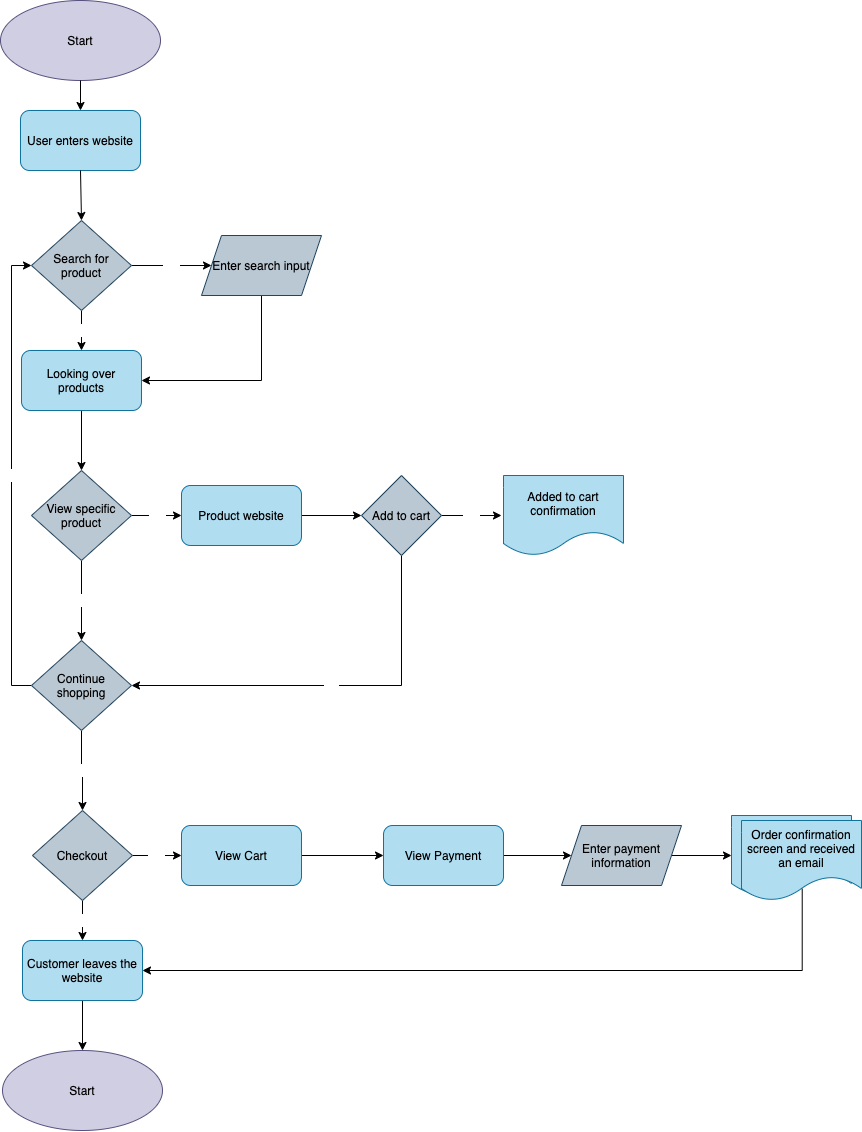
amakhnia/wi21-cse110-lab4 keeps this draw.io diagram as part2/part2.drawio.png. Above is the earlier version. Source tidied: cells renumbered, new cells last; positions are measured from the earlier drawing's top-left corner, leaving out a move shared by most shapes.
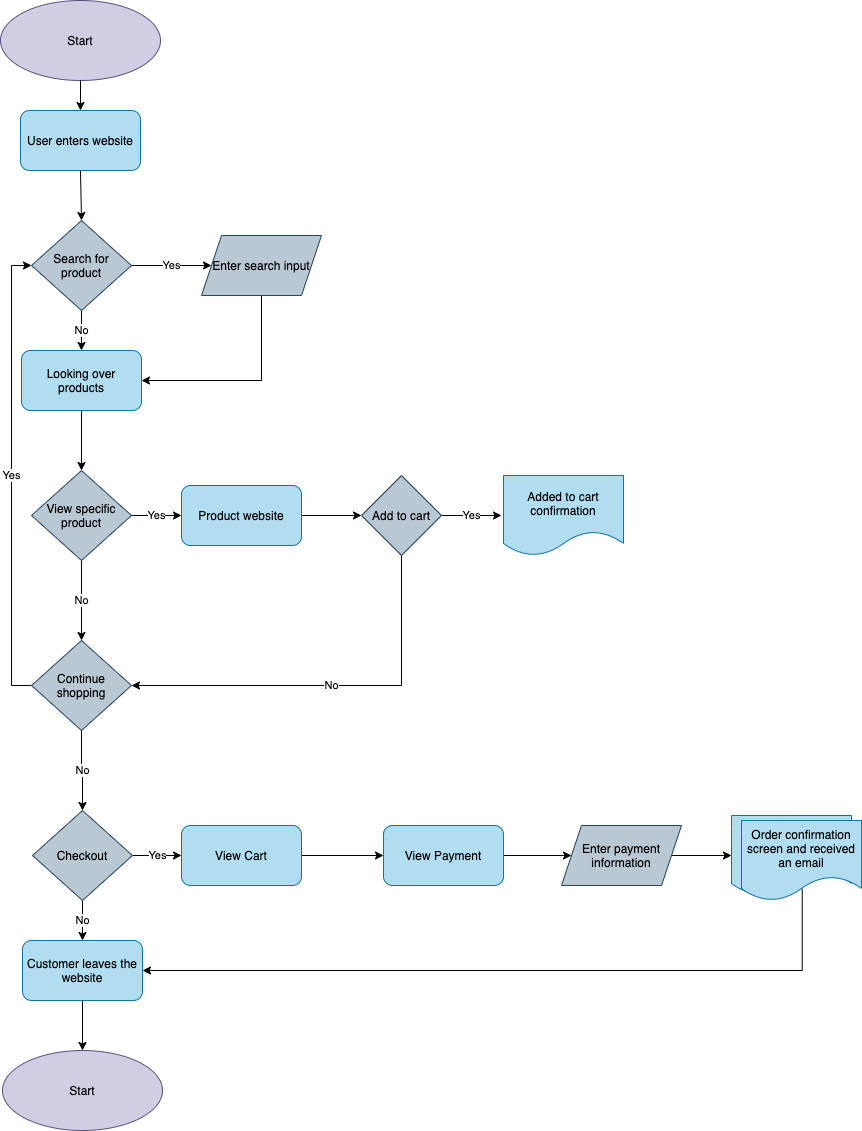
Above is the later version.

Change to the diagram source:
```diff
@@ -2,68 +2,68 @@
   <root>
     <mxCell id="0" />
     <mxCell id="1" parent="0" />
-    <mxCell id="2" value="Start" style="ellipse;whiteSpace=wrap;html=1;fillColor=#d0cee2;strokeColor=#56517e;" parent="1" vertex="1">
+    <mxCell id="2" value="Start" style="ellipse;whiteSpace=wrap;html=1;fillColor=#d0cee2;strokeColor=#56517e;fontColor=#000000;" parent="1" vertex="1">
       <mxGeometry width="160" height="80" as="geometry" />
     </mxCell>
-    <mxCell id="3" style="endArrow=classic;html=1;fontColor=#FFFFFF;exitX=0.5;exitY=1;exitDx=0;exitDy=0;" parent="1" edge="1" source="2" target="4">
+    <mxCell id="3" style="endArrow=classic;html=1;exitX=0.5;exitY=1;exitDx=0;exitDy=0;fontColor=#000000;" parent="1" edge="1" source="2" target="4">
       <mxGeometry relative="1" as="geometry" />
     </mxCell>
-    <mxCell id="4" value="User enters website" style="rounded=1;whiteSpace=wrap;html=1;fillColor=#b1ddf0;strokeColor=#10739e;" parent="1" vertex="1">
+    <mxCell id="4" value="User enters website" style="rounded=1;whiteSpace=wrap;html=1;fillColor=#b1ddf0;strokeColor=#10739e;fontColor=#000000;" parent="1" vertex="1">
       <mxGeometry x="20" y="110" width="120" height="60" as="geometry" />
     </mxCell>
-    <mxCell id="5" value="Yes" style="edgeStyle=orthogonalEdgeStyle;rounded=0;jettySize=auto;html=1;fontColor=#FFFFFF;" parent="1" edge="1" source="7" target="10">
+    <mxCell id="5" value="Yes" style="edgeStyle=orthogonalEdgeStyle;rounded=0;jettySize=auto;html=1;fontColor=#000000;" parent="1" edge="1" source="7" target="10">
       <mxGeometry relative="1" as="geometry" />
     </mxCell>
-    <mxCell id="6" value="No" style="edgeStyle=orthogonalEdgeStyle;rounded=0;jettySize=auto;html=1;fontColor=#FFFFFF;" parent="1" edge="1" source="7" target="12">
+    <mxCell id="6" value="No" style="edgeStyle=orthogonalEdgeStyle;rounded=0;jettySize=auto;html=1;fontColor=#000000;" parent="1" edge="1" source="7" target="12">
       <mxGeometry relative="1" as="geometry" />
     </mxCell>
-    <mxCell id="7" value="Search for product" style="rhombus;whiteSpace=wrap;html=1;fillColor=#bac8d3;strokeColor=#23445d;" parent="1" vertex="1">
+    <mxCell id="7" value="Search for product" style="rhombus;whiteSpace=wrap;html=1;fillColor=#bac8d3;strokeColor=#23445d;fontColor=#000000;" parent="1" vertex="1">
       <mxGeometry x="31" y="220" width="100" height="90" as="geometry" />
     </mxCell>
-    <mxCell id="8" style="endArrow=classic;html=1;fontColor=#FFFFFF;exitX=0.5;exitY=1;exitDx=0;exitDy=0;entryX=0.5;entryY=0;entryDx=0;entryDy=0;" parent="1" edge="1" source="4" target="7">
+    <mxCell id="8" style="endArrow=classic;html=1;exitX=0.5;exitY=1;exitDx=0;exitDy=0;entryX=0.5;entryY=0;entryDx=0;entryDy=0;fontColor=#000000;" parent="1" edge="1" source="4" target="7">
       <mxGeometry relative="1" as="geometry" />
     </mxCell>
-    <mxCell id="9" style="edgeStyle=orthogonalEdgeStyle;rounded=0;jettySize=auto;html=1;exitX=0.5;exitY=1;exitDx=0;exitDy=0;entryX=1;entryY=0.5;entryDx=0;entryDy=0;fontColor=#FFFFFF;" parent="1" edge="1" source="10" target="12">
+    <mxCell id="9" style="edgeStyle=orthogonalEdgeStyle;rounded=0;jettySize=auto;html=1;exitX=0.5;exitY=1;exitDx=0;exitDy=0;entryX=1;entryY=0.5;entryDx=0;entryDy=0;fontColor=#000000;" parent="1" edge="1" source="10" target="12">
       <mxGeometry relative="1" as="geometry" />
     </mxCell>
-    <mxCell id="10" value="Enter search input" style="shape=parallelogram;perimeter=parallelogramPerimeter;whiteSpace=wrap;html=1;fixedSize=1;strokeColor=#23445d;fillColor=#bac8d3;" parent="1" vertex="1">
+    <mxCell id="10" value="Enter search input" style="shape=parallelogram;perimeter=parallelogramPerimeter;whiteSpace=wrap;html=1;fixedSize=1;strokeColor=#23445d;fillColor=#bac8d3;fontColor=#000000;" parent="1" vertex="1">
       <mxGeometry x="201" y="235" width="120" height="60" as="geometry" />
     </mxCell>
-    <mxCell id="11" style="edgeStyle=orthogonalEdgeStyle;rounded=0;jettySize=auto;html=1;fontColor=#FFFFFF;" parent="1" edge="1" source="12">
+    <mxCell id="11" style="edgeStyle=orthogonalEdgeStyle;rounded=0;jettySize=auto;html=1;fontColor=#000000;" parent="1" edge="1" source="12">
       <mxGeometry relative="1" as="geometry">
         <mxPoint x="81" y="470" as="targetPoint" />
       </mxGeometry>
     </mxCell>
-    <mxCell id="12" value="Looking over products" style="rounded=1;whiteSpace=wrap;html=1;fillColor=#b1ddf0;strokeColor=#10739e;" parent="1" vertex="1">
+    <mxCell id="12" value="Looking over products" style="rounded=1;whiteSpace=wrap;html=1;fillColor=#b1ddf0;strokeColor=#10739e;fontColor=#000000;" parent="1" vertex="1">
       <mxGeometry x="21" y="350" width="120" height="60" as="geometry" />
     </mxCell>
-    <mxCell id="13" value="Yes" style="edgeStyle=orthogonalEdgeStyle;rounded=0;jettySize=auto;html=1;exitX=1;exitY=0.5;exitDx=0;exitDy=0;entryX=0;entryY=0.5;entryDx=0;entryDy=0;fontColor=#FFFFFF;" parent="1" edge="1" source="15" target="17">
+    <mxCell id="13" value="Yes" style="edgeStyle=orthogonalEdgeStyle;rounded=0;jettySize=auto;html=1;exitX=1;exitY=0.5;exitDx=0;exitDy=0;entryX=0;entryY=0.5;entryDx=0;entryDy=0;fontColor=#000000;" parent="1" edge="1" source="15" target="17">
       <mxGeometry relative="1" as="geometry" />
     </mxCell>
-    <mxCell id="14" value="No" style="edgeStyle=orthogonalEdgeStyle;rounded=0;jettySize=auto;html=1;fontColor=#FFFFFF;" parent="1" edge="1" source="15" target="23">
+    <mxCell id="14" value="No" style="edgeStyle=orthogonalEdgeStyle;rounded=0;jettySize=auto;html=1;fontColor=#000000;" parent="1" edge="1" source="15" target="23">
       <mxGeometry relative="1" as="geometry" />
     </mxCell>
-    <mxCell id="15" value="View specific product" style="rhombus;whiteSpace=wrap;html=1;fillColor=#bac8d3;strokeColor=#23445d;" parent="1" vertex="1">
+    <mxCell id="15" value="View specific product" style="rhombus;whiteSpace=wrap;html=1;fillColor=#bac8d3;strokeColor=#23445d;fontColor=#000000;" parent="1" vertex="1">
       <mxGeometry x="31" y="470" width="100" height="90" as="geometry" />
     </mxCell>
-    <mxCell id="16" style="edgeStyle=orthogonalEdgeStyle;rounded=0;jettySize=auto;html=1;exitX=1;exitY=0.5;exitDx=0;exitDy=0;entryX=0;entryY=0.5;entryDx=0;entryDy=0;fontColor=#FFFFFF;" parent="1" edge="1" source="17" target="20">
+    <mxCell id="16" style="edgeStyle=orthogonalEdgeStyle;rounded=0;jettySize=auto;html=1;exitX=1;exitY=0.5;exitDx=0;exitDy=0;entryX=0;entryY=0.5;entryDx=0;entryDy=0;fontColor=#000000;" parent="1" edge="1" source="17" target="20">
       <mxGeometry relative="1" as="geometry" />
     </mxCell>
-    <mxCell id="17" value="Product website" style="rounded=1;whiteSpace=wrap;html=1;fillColor=#b1ddf0;strokeColor=#10739e;" parent="1" vertex="1">
+    <mxCell id="17" value="Product website" style="rounded=1;whiteSpace=wrap;html=1;fillColor=#b1ddf0;strokeColor=#10739e;fontColor=#000000;" parent="1" vertex="1">
       <mxGeometry x="181" y="485" width="120" height="60" as="geometry" />
     </mxCell>
-    <mxCell id="18" value="Yes" style="edgeStyle=orthogonalEdgeStyle;rounded=0;jettySize=auto;html=1;exitX=1;exitY=0.5;exitDx=0;exitDy=0;entryX=0;entryY=0.5;entryDx=0;entryDy=0;fontColor=#FFFFFF;" parent="1" edge="1" source="20">
+    <mxCell id="18" value="Yes" style="edgeStyle=orthogonalEdgeStyle;rounded=0;jettySize=auto;html=1;exitX=1;exitY=0.5;exitDx=0;exitDy=0;entryX=0;entryY=0.5;entryDx=0;entryDy=0;fontColor=#000000;" parent="1" edge="1" source="20">
       <mxGeometry relative="1" as="geometry">
         <mxPoint x="501" y="515" as="targetPoint" />
       </mxGeometry>
     </mxCell>
-    <mxCell id="19" value="No" style="edgeStyle=orthogonalEdgeStyle;rounded=0;jettySize=auto;html=1;exitX=0.5;exitY=1;exitDx=0;exitDy=0;entryX=1;entryY=0.5;entryDx=0;entryDy=0;fontColor=#FFFFFF;" parent="1" edge="1" source="20" target="23">
+    <mxCell id="19" value="No" style="edgeStyle=orthogonalEdgeStyle;rounded=0;jettySize=auto;html=1;exitX=0.5;exitY=1;exitDx=0;exitDy=0;entryX=1;entryY=0.5;entryDx=0;entryDy=0;fontColor=#000000;" parent="1" edge="1" source="20" target="23">
       <mxGeometry relative="1" as="geometry" />
     </mxCell>
-    <mxCell id="20" value="Add to cart" style="rhombus;whiteSpace=wrap;html=1;fillColor=#bac8d3;strokeColor=#23445d;" parent="1" vertex="1">
+    <mxCell id="20" value="Add to cart" style="rhombus;whiteSpace=wrap;html=1;fillColor=#bac8d3;strokeColor=#23445d;fontColor=#000000;" parent="1" vertex="1">
       <mxGeometry x="361" y="475" width="80" height="80" as="geometry" />
     </mxCell>
-    <mxCell id="21" value="Yes" style="edgeStyle=orthogonalEdgeStyle;rounded=0;jettySize=auto;html=1;fontColor=#FFFFFF;entryX=0;entryY=0.5;entryDx=0;entryDy=0;" parent="1" edge="1" source="23" target="7">
+    <mxCell id="21" value="Yes" style="edgeStyle=orthogonalEdgeStyle;rounded=0;jettySize=auto;html=1;entryX=0;entryY=0.5;entryDx=0;entryDy=0;fontColor=#000000;" parent="1" edge="1" source="23" target="7">
       <mxGeometry relative="1" as="geometry">
         <Array as="points">
           <mxPoint x="11" y="685" />
@@ -71,62 +71,62 @@
         </Array>
       </mxGeometry>
     </mxCell>
-    <mxCell id="22" value="No" style="edgeStyle=orthogonalEdgeStyle;rounded=0;jettySize=auto;html=1;fontColor=#FFFFFF;" parent="1" edge="1" source="23" target="26">
+    <mxCell id="22" value="No" style="edgeStyle=orthogonalEdgeStyle;rounded=0;jettySize=auto;html=1;fontColor=#000000;" parent="1" edge="1" source="23" target="26">
       <mxGeometry relative="1" as="geometry" />
     </mxCell>
-    <mxCell id="23" value="Continue shopping" style="rhombus;whiteSpace=wrap;html=1;fillColor=#bac8d3;strokeColor=#23445d;" parent="1" vertex="1">
+    <mxCell id="23" value="Continue shopping" style="rhombus;whiteSpace=wrap;html=1;fillColor=#bac8d3;strokeColor=#23445d;fontColor=#000000;" parent="1" vertex="1">
       <mxGeometry x="31" y="640" width="100" height="90" as="geometry" />
     </mxCell>
-    <mxCell id="24" value="No" style="edgeStyle=orthogonalEdgeStyle;rounded=0;jettySize=auto;html=1;exitX=0.5;exitY=1;exitDx=0;exitDy=0;entryX=0.5;entryY=0;entryDx=0;entryDy=0;fontColor=#FFFFFF;" parent="1" edge="1" source="26" target="28">
+    <mxCell id="24" value="No" style="edgeStyle=orthogonalEdgeStyle;rounded=0;jettySize=auto;html=1;exitX=0.5;exitY=1;exitDx=0;exitDy=0;entryX=0.5;entryY=0;entryDx=0;entryDy=0;fontColor=#000000;" parent="1" edge="1" source="26" target="28">
       <mxGeometry relative="1" as="geometry" />
     </mxCell>
-    <mxCell id="25" value="Yes" style="edgeStyle=orthogonalEdgeStyle;rounded=0;jettySize=auto;html=1;exitX=1;exitY=0.5;exitDx=0;exitDy=0;entryX=0;entryY=0.5;entryDx=0;entryDy=0;fontColor=#FFFFFF;" parent="1" edge="1" source="26" target="31">
+    <mxCell id="25" value="Yes" style="edgeStyle=orthogonalEdgeStyle;rounded=0;jettySize=auto;html=1;exitX=1;exitY=0.5;exitDx=0;exitDy=0;entryX=0;entryY=0.5;entryDx=0;entryDy=0;fontColor=#000000;" parent="1" edge="1" source="26" target="31">
       <mxGeometry relative="1" as="geometry" />
     </mxCell>
-    <mxCell id="26" value="Checkout" style="rhombus;whiteSpace=wrap;html=1;fillColor=#bac8d3;strokeColor=#23445d;" parent="1" vertex="1">
+    <mxCell id="26" value="Checkout" style="rhombus;whiteSpace=wrap;html=1;fillColor=#bac8d3;strokeColor=#23445d;fontColor=#000000;" parent="1" vertex="1">
       <mxGeometry x="32" y="810" width="100" height="90" as="geometry" />
     </mxCell>
-    <mxCell id="27" style="edgeStyle=orthogonalEdgeStyle;rounded=0;jettySize=auto;html=1;exitX=0.5;exitY=1;exitDx=0;exitDy=0;entryX=0.5;entryY=0;entryDx=0;entryDy=0;fontColor=#FFFFFF;" parent="1" edge="1" source="28" target="29">
+    <mxCell id="27" style="edgeStyle=orthogonalEdgeStyle;rounded=0;jettySize=auto;html=1;exitX=0.5;exitY=1;exitDx=0;exitDy=0;entryX=0.5;entryY=0;entryDx=0;entryDy=0;fontColor=#000000;" parent="1" edge="1" source="28" target="29">
       <mxGeometry relative="1" as="geometry" />
     </mxCell>
-    <mxCell id="28" value="Customer leaves the website" style="rounded=1;whiteSpace=wrap;html=1;fillColor=#b1ddf0;strokeColor=#10739e;" parent="1" vertex="1">
+    <mxCell id="28" value="Customer leaves the website" style="rounded=1;whiteSpace=wrap;html=1;fillColor=#b1ddf0;strokeColor=#10739e;fontColor=#000000;" parent="1" vertex="1">
       <mxGeometry x="22" y="940" width="120" height="60" as="geometry" />
     </mxCell>
-    <mxCell id="29" value="Start" style="ellipse;whiteSpace=wrap;html=1;fillColor=#d0cee2;strokeColor=#56517e;" parent="1" vertex="1">
+    <mxCell id="29" value="Start" style="ellipse;whiteSpace=wrap;html=1;fillColor=#d0cee2;strokeColor=#56517e;fontColor=#000000;" parent="1" vertex="1">
       <mxGeometry x="2" y="1050" width="160" height="80" as="geometry" />
     </mxCell>
-    <mxCell id="30" style="edgeStyle=orthogonalEdgeStyle;rounded=0;jettySize=auto;html=1;fontColor=#FFFFFF;" parent="1" edge="1" source="31" target="33">
+    <mxCell id="30" style="edgeStyle=orthogonalEdgeStyle;rounded=0;jettySize=auto;html=1;fontColor=#000000;" parent="1" edge="1" source="31" target="33">
       <mxGeometry relative="1" as="geometry" />
     </mxCell>
-    <mxCell id="31" value="View Cart" style="rounded=1;whiteSpace=wrap;html=1;fillColor=#b1ddf0;strokeColor=#10739e;" parent="1" vertex="1">
+    <mxCell id="31" value="View Cart" style="rounded=1;whiteSpace=wrap;html=1;fillColor=#b1ddf0;strokeColor=#10739e;fontColor=#000000;" parent="1" vertex="1">
       <mxGeometry x="181" y="825" width="120" height="60" as="geometry" />
     </mxCell>
-    <mxCell id="32" style="edgeStyle=orthogonalEdgeStyle;rounded=0;jettySize=auto;html=1;exitX=1;exitY=0.5;exitDx=0;exitDy=0;fontColor=#FFFFFF;" parent="1" edge="1" source="33" target="35">
+    <mxCell id="32" style="edgeStyle=orthogonalEdgeStyle;rounded=0;jettySize=auto;html=1;exitX=1;exitY=0.5;exitDx=0;exitDy=0;fontColor=#000000;" parent="1" edge="1" source="33" target="35">
       <mxGeometry relative="1" as="geometry" />
     </mxCell>
-    <mxCell id="33" value="View Payment" style="rounded=1;whiteSpace=wrap;html=1;fillColor=#b1ddf0;strokeColor=#10739e;" parent="1" vertex="1">
+    <mxCell id="33" value="View Payment" style="rounded=1;whiteSpace=wrap;html=1;fillColor=#b1ddf0;strokeColor=#10739e;fontColor=#000000;" parent="1" vertex="1">
       <mxGeometry x="383" y="825" width="120" height="60" as="geometry" />
     </mxCell>
-    <mxCell id="34" style="edgeStyle=orthogonalEdgeStyle;rounded=0;jettySize=auto;html=1;exitX=1;exitY=0.5;exitDx=0;exitDy=0;entryX=0;entryY=0.5;entryDx=0;entryDy=0;fontColor=#FFFFFF;" parent="1" edge="1" source="35" target="37">
+    <mxCell id="34" style="edgeStyle=orthogonalEdgeStyle;rounded=0;jettySize=auto;html=1;exitX=1;exitY=0.5;exitDx=0;exitDy=0;entryX=0;entryY=0.5;entryDx=0;entryDy=0;fontColor=#000000;" parent="1" edge="1" source="35" target="37">
       <mxGeometry relative="1" as="geometry" />
     </mxCell>
-    <mxCell id="35" value="Enter payment information" style="shape=parallelogram;perimeter=parallelogramPerimeter;whiteSpace=wrap;html=1;fixedSize=1;strokeColor=#23445d;fillColor=#bac8d3;" parent="1" vertex="1">
+    <mxCell id="35" value="Enter payment information" style="shape=parallelogram;perimeter=parallelogramPerimeter;whiteSpace=wrap;html=1;fixedSize=1;strokeColor=#23445d;fillColor=#bac8d3;fontColor=#000000;" parent="1" vertex="1">
       <mxGeometry x="561" y="825" width="120" height="60" as="geometry" />
     </mxCell>
-    <mxCell id="36" value="Added to cart confirmation" style="shape=document;whiteSpace=wrap;html=1;boundedLbl=1;fillColor=#b1ddf0;strokeColor=#10739e;" parent="1" vertex="1">
+    <mxCell id="36" value="Added to cart confirmation" style="shape=document;whiteSpace=wrap;html=1;boundedLbl=1;fillColor=#b1ddf0;strokeColor=#10739e;fontColor=#000000;" parent="1" vertex="1">
       <mxGeometry x="503" y="475" width="120" height="80" as="geometry" />
     </mxCell>
-    <mxCell id="37" value="Order confirmation" style="shape=document;whiteSpace=wrap;html=1;boundedLbl=1;fillColor=#b1ddf0;strokeColor=#10739e;" parent="1" vertex="1">
+    <mxCell id="37" value="Order confirmation" style="shape=document;whiteSpace=wrap;html=1;boundedLbl=1;fillColor=#b1ddf0;strokeColor=#10739e;fontColor=#000000;" parent="1" vertex="1">
       <mxGeometry x="731" y="815" width="120" height="80" as="geometry" />
     </mxCell>
-    <mxCell id="38" style="edgeStyle=orthogonalEdgeStyle;rounded=0;jettySize=auto;html=1;entryX=1;entryY=0.5;entryDx=0;entryDy=0;fontColor=#FFFFFF;exitX=0.506;exitY=0.852;exitDx=0;exitDy=0;exitPerimeter=0;" parent="1" edge="1" source="39" target="28">
+    <mxCell id="38" style="edgeStyle=orthogonalEdgeStyle;rounded=0;jettySize=auto;html=1;entryX=1;entryY=0.5;entryDx=0;entryDy=0;exitX=0.506;exitY=0.852;exitDx=0;exitDy=0;exitPerimeter=0;fontColor=#000000;" parent="1" edge="1" source="39" target="28">
       <mxGeometry relative="1" as="geometry">
         <Array as="points">
           <mxPoint x="802" y="970" />
         </Array>
       </mxGeometry>
     </mxCell>
-    <mxCell id="39" value="Order confirmation screen and received an email" style="shape=document;whiteSpace=wrap;html=1;boundedLbl=1;fillColor=#b1ddf0;strokeColor=#10739e;" parent="1" vertex="1">
+    <mxCell id="39" value="Order confirmation screen and received an email" style="shape=document;whiteSpace=wrap;html=1;boundedLbl=1;fillColor=#b1ddf0;strokeColor=#10739e;fontColor=#000000;" parent="1" vertex="1">
       <mxGeometry x="741" y="820" width="120" height="80" as="geometry" />
     </mxCell>
   </root>
```
